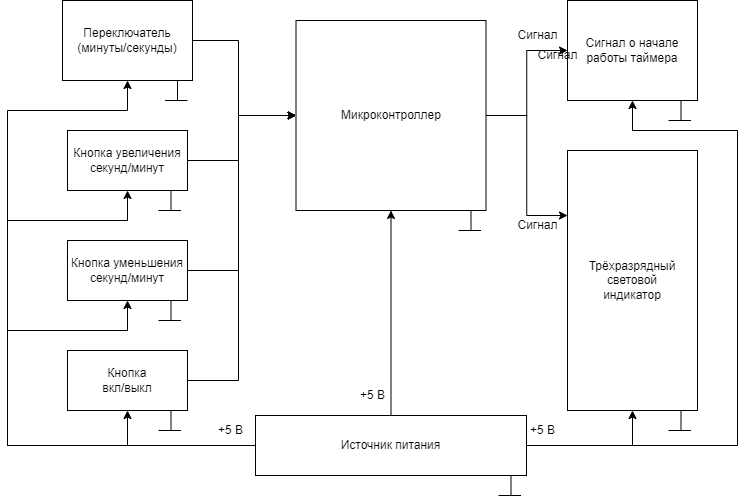
IlyaFedoseev227/LABS-PNRPU-IVT-22-1b keeps this draw.io diagram as Схемыч!!!.png. Above is the earlier version. Source tidied: cells renumbered, new cells last; positions are measured from the earlier drawing's top-left corner, leaving out a move shared by most shapes.
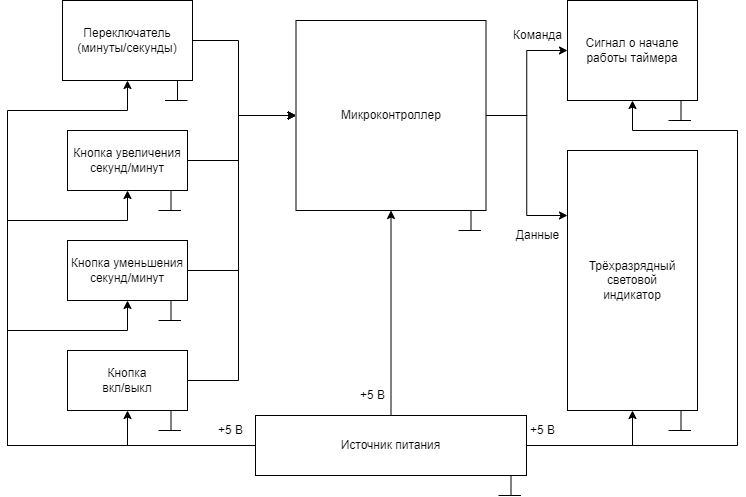
After the change.

Change to the diagram source:
```diff
@@ -213,18 +213,15 @@
         <mxPoint x="-2" y="-10" as="offset" />
       </mxGeometry>
     </mxCell>
-    <mxCell id="39" value="Сигнал" style="text;html=1;align=center;verticalAlign=middle;strokeColor=none;fillColor=none;" parent="1" vertex="1">
-      <mxGeometry x="500" y="20" width="60" height="30" as="geometry" />
+    <mxCell id="39" value="Команда" style="text;html=1;align=center;verticalAlign=middle;strokeColor=none;fillColor=none;" parent="1" vertex="1">
+      <mxGeometry x="495" y="20" width="70" height="30" as="geometry" />
     </mxCell>
-    <mxCell id="40" value="Сигнал" style="text;html=1;align=center;verticalAlign=middle;strokeColor=none;fillColor=none;" parent="1" vertex="1">
-      <mxGeometry x="500" y="210" width="60" height="30" as="geometry" />
+    <mxCell id="40" value="Данные" style="text;html=1;align=center;verticalAlign=middle;strokeColor=none;fillColor=none;" parent="1" vertex="1">
+      <mxGeometry x="495" y="220" width="70" height="30" as="geometry" />
     </mxCell>
     <mxCell id="41" value="+5 В" style="text;html=1;align=center;verticalAlign=middle;strokeColor=none;fillColor=none;" parent="1" vertex="1">
       <mxGeometry x="510" y="415" width="50" height="30" as="geometry" />
     </mxCell>
-    <mxCell id="42" value="Сигнал" style="text;html=1;align=center;verticalAlign=middle;strokeColor=none;fillColor=none;" parent="1" vertex="1">
-      <mxGeometry x="520" y="40" width="60" height="30" as="geometry" />
-    </mxCell>
     <mxCell id="43" value="+5 В" style="text;html=1;align=center;verticalAlign=middle;strokeColor=none;fillColor=none;" parent="1" vertex="1">
       <mxGeometry x="340" y="380" width="50" height="30" as="geometry" />
     </mxCell>
```
